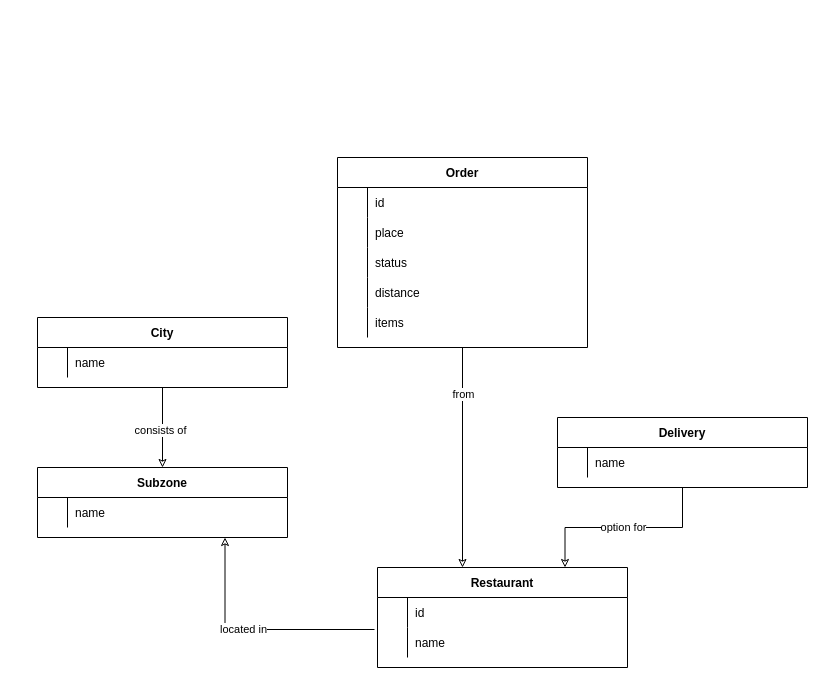
This is EntityRelationshipDiagram.drawio from kristinakd/kristinakd1, a draw.io file, before an edit. Source tidied: cells renumbered, new cells numbered last; positions are measured from the earlier drawing's top-left corner, leaving out a move shared by most shapes. Both pictures are drawn from the tidied source at 100%, with x=0, y=0 at pixel (37, 157).
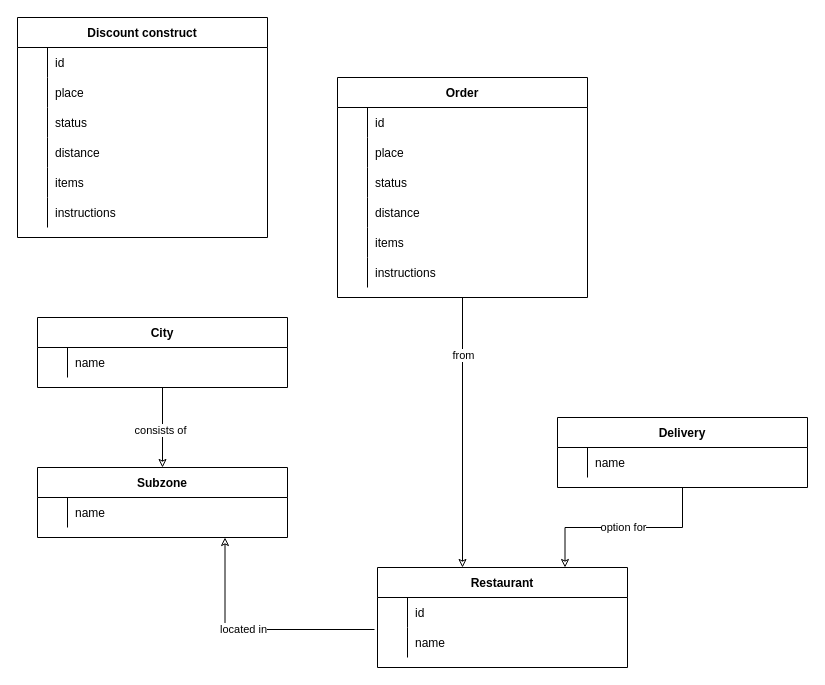
The same page after the edit.

What changed in the source:
```diff
@@
     <mxCell id="19" value="Order" style="shape=table;startSize=30;childLayout=tableLayout;rowLines=0;fontStyle=1;align=center;" parent="1" vertex="1">
-      <mxGeometry x="300" width="250" height="190" as="geometry" />
+      <mxGeometry x="300" y="-80" width="250" height="220" as="geometry" />
     </mxCell>
@@
+    <mxCell id="44" style="shape=partialRectangle;fillColor=none;top=0;left=0;right=0;bottom=0;" parent="19" vertex="1">
+      <mxGeometry y="180" width="250" height="30" as="geometry" />
+    </mxCell>
+    <mxCell id="45" style="shape=partialRectangle;overflow=hidden;fillColor=none;top=0;left=0;bottom=0;right=0;" parent="44" vertex="1">
+      <mxGeometry width="30" height="30" as="geometry" />
+    </mxCell>
+    <mxCell id="46" value="instructions" style="shape=partialRectangle;overflow=hidden;fillColor=none;top=0;left=0;bottom=0;right=0;align=left;spacingLeft=6;" parent="44" vertex="1">
+      <mxGeometry x="30" width="220" height="30" as="geometry" />
+    </mxCell>
@@
+    <mxCell id="47" value="Discount construct" style="shape=table;startSize=30;childLayout=tableLayout;rowLines=0;fontStyle=1;align=center;" parent="1" vertex="1">
+      <mxGeometry x="-20" y="-140" width="250" height="220" as="geometry" />
+    </mxCell>
+    <mxCell id="48" style="shape=partialRectangle;fillColor=none;top=0;left=0;right=0;bottom=0;" parent="47" vertex="1">
+      <mxGeometry y="30" width="250" height="30" as="geometry" />
+    </mxCell>
+    <mxCell id="49" style="shape=partialRectangle;overflow=hidden;fillColor=none;top=0;left=0;bottom=0;right=0;" parent="48" vertex="1">
+      <mxGeometry width="30" height="30" as="geometry" />
+    </mxCell>
+    <mxCell id="50" value="id" style="shape=partialRectangle;overflow=hidden;fillColor=none;top=0;left=0;bottom=0;right=0;align=left;spacingLeft=6;" parent="48" vertex="1">
+      <mxGeometry x="30" width="220" height="30" as="geometry" />
+    </mxCell>
+    <mxCell id="51" style="shape=partialRectangle;fillColor=none;top=0;left=0;right=0;bottom=0;" parent="47" vertex="1">
+      <mxGeometry y="60" width="250" height="30" as="geometry" />
+    </mxCell>
+    <mxCell id="52" style="shape=partialRectangle;overflow=hidden;fillColor=none;top=0;left=0;bottom=0;right=0;" parent="51" vertex="1">
+      <mxGeometry width="30" height="30" as="geometry" />
+    </mxCell>
+    <mxCell id="53" value="place" style="shape=partialRectangle;overflow=hidden;fillColor=none;top=0;left=0;bottom=0;right=0;align=left;spacingLeft=6;" parent="51" vertex="1">
+      <mxGeometry x="30" width="220" height="30" as="geometry" />
+    </mxCell>
+    <mxCell id="54" style="shape=partialRectangle;fillColor=none;top=0;left=0;right=0;bottom=0;" parent="47" vertex="1">
+      <mxGeometry y="90" width="250" height="30" as="geometry" />
+    </mxCell>
+    <mxCell id="55" style="shape=partialRectangle;overflow=hidden;fillColor=none;top=0;left=0;bottom=0;right=0;" parent="54" vertex="1">
+      <mxGeometry width="30" height="30" as="geometry" />
+    </mxCell>
+    <mxCell id="56" value="status" style="shape=partialRectangle;overflow=hidden;fillColor=none;top=0;left=0;bottom=0;right=0;align=left;spacingLeft=6;" parent="54" vertex="1">
+      <mxGeometry x="30" width="220" height="30" as="geometry" />
+    </mxCell>
+    <mxCell id="57" style="shape=partialRectangle;fillColor=none;top=0;left=0;right=0;bottom=0;" parent="47" vertex="1">
+      <mxGeometry y="120" width="250" height="30" as="geometry" />
+    </mxCell>
+    <mxCell id="58" style="shape=partialRectangle;overflow=hidden;fillColor=none;top=0;left=0;bottom=0;right=0;" parent="57" vertex="1">
+      <mxGeometry width="30" height="30" as="geometry" />
+    </mxCell>
+    <mxCell id="59" value="distance" style="shape=partialRectangle;overflow=hidden;fillColor=none;top=0;left=0;bottom=0;right=0;align=left;spacingLeft=6;" parent="57" vertex="1">
+      <mxGeometry x="30" width="220" height="30" as="geometry" />
+    </mxCell>
+    <mxCell id="60" style="shape=partialRectangle;fillColor=none;top=0;left=0;right=0;bottom=0;" parent="47" vertex="1">
+      <mxGeometry y="150" width="250" height="30" as="geometry" />
+    </mxCell>
+    <mxCell id="61" style="shape=partialRectangle;overflow=hidden;fillColor=none;top=0;left=0;bottom=0;right=0;" parent="60" vertex="1">
+      <mxGeometry width="30" height="30" as="geometry" />
+    </mxCell>
+    <mxCell id="62" value="items" style="shape=partialRectangle;overflow=hidden;fillColor=none;top=0;left=0;bottom=0;right=0;align=left;spacingLeft=6;" parent="60" vertex="1">
+      <mxGeometry x="30" width="220" height="30" as="geometry" />
+    </mxCell>
+    <mxCell id="63" style="shape=partialRectangle;fillColor=none;top=0;left=0;right=0;bottom=0;" parent="47" vertex="1">
+      <mxGeometry y="180" width="250" height="30" as="geometry" />
+    </mxCell>
+    <mxCell id="64" style="shape=partialRectangle;overflow=hidden;fillColor=none;top=0;left=0;bottom=0;right=0;" parent="63" vertex="1">
+      <mxGeometry width="30" height="30" as="geometry" />
+    </mxCell>
+    <mxCell id="65" value="instructions" style="shape=partialRectangle;overflow=hidden;fillColor=none;top=0;left=0;bottom=0;right=0;align=left;spacingLeft=6;" parent="63" vertex="1">
+      <mxGeometry x="30" width="220" height="30" as="geometry" />
+    </mxCell>
```
